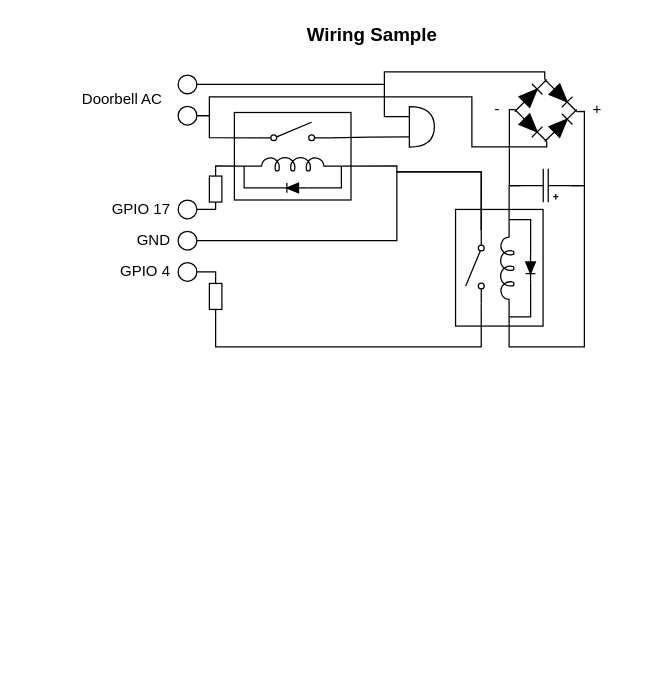
Earlier version of the draw.io diagram docs/wiring.drawio (silviokennecke/homebridge-gpio-doorbell). Source tidied: cells renumbered, new cells numbered last; positions are measured from the earlier drawing's top-left corner, leaving out a move shared by most shapes. Both pictures are drawn from the tidied source at 125%, with x=0, y=0 at pixel (71, 21).
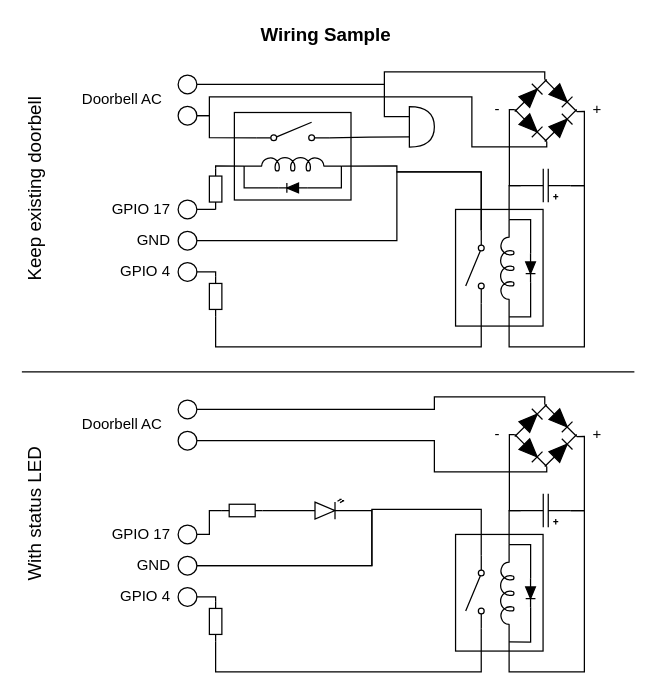
After the change.

Commit message (it also covers changes not shown here):
update sample wiring

Change to the diagram source:
```diff
@@
     <mxCell id="51" value="Wiring Sample" style="text;html=1;align=center;verticalAlign=middle;strokeColor=none;fillColor=none;fontSize=15;fontStyle=1;" parent="1" vertex="1">
-      <mxGeometry x="180" width="120" height="20" as="geometry" />
+      <mxGeometry x="142.5" width="120" height="20" as="geometry" />
     </mxCell>
+    <mxCell id="52" value="Keep existing doorbell" style="text;html=1;align=center;verticalAlign=middle;strokeColor=none;fillColor=none;fontSize=15;fontStyle=0;rotation=270;" parent="1" vertex="1">
+      <mxGeometry x="-110" y="124.2" width="160" height="20" as="geometry" />
+    </mxCell>
+    <mxCell id="53" style="verticalLabelPosition=bottom;shadow=0;dashed=0;align=center;html=1;verticalAlign=top;strokeWidth=1;shape=ellipse;perimeter=ellipsePerimeter;" parent="1" vertex="1">
+      <mxGeometry x="85" y="302.5" width="15" height="15" as="geometry" />
+    </mxCell>
+    <mxCell id="54" style="verticalLabelPosition=bottom;shadow=0;dashed=0;align=center;html=1;verticalAlign=top;strokeWidth=1;shape=ellipse;perimeter=ellipsePerimeter;" parent="1" vertex="1">
+      <mxGeometry x="85" y="327.5" width="15" height="15" as="geometry" />
+    </mxCell>
+    <mxCell id="55" value="Doorbell AC" style="text;html=1;align=center;verticalAlign=middle;strokeColor=none;fillColor=none;" parent="1" vertex="1">
+      <mxGeometry y="312" width="80" height="20" as="geometry" />
+    </mxCell>
+    <mxCell id="56" style="verticalLabelPosition=bottom;shadow=0;dashed=0;align=center;html=1;verticalAlign=top;strokeWidth=1;shape=ellipse;perimeter=ellipsePerimeter;" parent="1" vertex="1">
+      <mxGeometry x="85" y="402.5" width="15" height="15" as="geometry" />
+    </mxCell>
+    <mxCell id="57" style="verticalLabelPosition=bottom;shadow=0;dashed=0;align=center;html=1;verticalAlign=top;strokeWidth=1;shape=ellipse;perimeter=ellipsePerimeter;" parent="1" vertex="1">
+      <mxGeometry x="85" y="427.5" width="15" height="15" as="geometry" />
+    </mxCell>
+    <mxCell id="58" value="GPIO 17" style="text;html=1;align=right;verticalAlign=middle;strokeColor=none;fillColor=none;" parent="1" vertex="1">
+      <mxGeometry x="20" y="400" width="60" height="20" as="geometry" />
+    </mxCell>
+    <mxCell id="59" value="GND" style="text;html=1;align=right;verticalAlign=middle;strokeColor=none;fillColor=none;" parent="1" vertex="1">
+      <mxGeometry x="40" y="425" width="40" height="20" as="geometry" />
+    </mxCell>
+    <mxCell id="60" style="verticalLabelPosition=bottom;shadow=0;dashed=0;align=center;html=1;verticalAlign=top;strokeWidth=1;shape=ellipse;perimeter=ellipsePerimeter;" parent="1" vertex="1">
+      <mxGeometry x="85" y="452.5" width="15" height="15" as="geometry" />
+    </mxCell>
+    <mxCell id="61" value="GPIO 4" style="text;html=1;align=right;verticalAlign=middle;strokeColor=none;fillColor=none;" parent="1" vertex="1">
+      <mxGeometry x="20" y="450" width="60" height="20" as="geometry" />
+    </mxCell>
+    <mxCell id="62" style="group;rotation=0;" parent="1" vertex="1">
+      <mxGeometry x="350" y="301.9" width="58.3" height="58.3" as="geometry" />
+    </mxCell>
+    <mxCell id="63" style="fillColor=strokeColor;verticalLabelPosition=bottom;shadow=0;dashed=0;align=center;html=1;verticalAlign=top;shape=mxgraph.electrical.diodes.diode;flipH=1;rotation=-225;" parent="62" vertex="1">
+      <mxGeometry x="23" y="35" width="36.2" height="12.1" as="geometry" />
+    </mxCell>
+    <mxCell id="64" style="fillColor=strokeColor;verticalLabelPosition=bottom;shadow=0;dashed=0;align=center;html=1;verticalAlign=top;shape=mxgraph.electrical.diodes.diode;flipH=1;rotation=-225;" parent="62" vertex="1">
+      <mxGeometry x="-1" y="11" width="36.2" height="12.1" as="geometry" />
+    </mxCell>
+    <mxCell id="65" style="fillColor=strokeColor;verticalLabelPosition=bottom;shadow=0;dashed=0;align=center;html=1;verticalAlign=top;shape=mxgraph.electrical.diodes.diode;flipH=1;rotation=-135;" parent="62" vertex="1">
+      <mxGeometry x="23" y="11" width="36.2" height="12.1" as="geometry" />
+    </mxCell>
+    <mxCell id="66" style="fillColor=strokeColor;verticalLabelPosition=bottom;shadow=0;dashed=0;align=center;html=1;verticalAlign=top;shape=mxgraph.electrical.diodes.diode;flipH=1;rotation=-135;" parent="62" vertex="1">
+      <mxGeometry x="-1" y="35" width="36.2" height="12.1" as="geometry" />
+    </mxCell>
+    <mxCell id="67" style="edgeStyle=orthogonalEdgeStyle;rounded=0;jettySize=auto;html=1;exitX=1;exitY=0.5;exitDx=0;exitDy=0;exitPerimeter=0;entryX=1;entryY=0.645;entryDx=0;entryDy=0;entryPerimeter=0;endArrow=none;endFill=0;" parent="1" edge="1" source="69" target="72">
+      <mxGeometry relative="1" as="geometry">
+        <Array as="points">
+          <mxPoint x="350" y="391" />
+        </Array>
+      </mxGeometry>
+    </mxCell>
+    <mxCell id="68" style="edgeStyle=orthogonalEdgeStyle;rounded=0;jettySize=auto;html=1;exitX=0;exitY=0.5;exitDx=0;exitDy=0;exitPerimeter=0;entryX=1;entryY=0.5;entryDx=0;entryDy=0;entryPerimeter=0;endArrow=none;endFill=0;" parent="1" edge="1" source="69" target="65">
+      <mxGeometry relative="1" as="geometry">
+        <Array as="points">
+          <mxPoint x="410" y="391" />
+          <mxPoint x="410" y="332" />
+        </Array>
+      </mxGeometry>
+    </mxCell>
+    <mxCell id="69" style="verticalLabelPosition=bottom;shadow=0;dashed=0;align=center;html=1;verticalAlign=top;shape=mxgraph.electrical.capacitors.capacitor_5;fillColor=none;rotation=-180;" parent="1" vertex="1">
+      <mxGeometry x="359.1" y="377.5" width="40" height="26.8" as="geometry" />
+    </mxCell>
+    <mxCell id="70" style="group;" parent="1" vertex="1">
+      <mxGeometry x="307" y="410" width="70" height="93.3" as="geometry" />
+    </mxCell>
+    <mxCell id="71" style="rounded=0;whiteSpace=wrap;html=1;align=right;fillColor=none;rotation=-90;" parent="70" vertex="1">
+      <mxGeometry x="-11.7" y="11.7" width="93.3" height="70" as="geometry" />
+    </mxCell>
+    <mxCell id="72" style="verticalLabelPosition=bottom;shadow=0;dashed=0;align=center;html=1;verticalAlign=top;shape=mxgraph.electrical.inductors.inductor_5;rotation=-90;" parent="70" vertex="1">
+      <mxGeometry x="2.3" y="41.7" width="77.8" height="10.9" as="geometry" />
+    </mxCell>
+    <mxCell id="73" style="verticalLabelPosition=bottom;shadow=0;dashed=0;align=center;html=1;verticalAlign=top;shape=mxgraph.electrical.electro-mechanical.simple_switch;rotation=-270;flipH=0;flipV=1;" parent="70" vertex="1">
+      <mxGeometry x="-13.7" y="38.7" width="58.3" height="14.8" as="geometry" />
+    </mxCell>
+    <mxCell id="74" style="edgeStyle=orthogonalEdgeStyle;rounded=0;jettySize=auto;html=1;exitX=1;exitY=0.5;exitDx=0;exitDy=0;exitPerimeter=0;entryX=1;entryY=0.645;entryDx=0;entryDy=0;entryPerimeter=0;endArrow=none;endFill=0;" parent="70" edge="1" target="72">
+      <mxGeometry as="geometry">
+        <mxPoint x="60" y="35" as="sourcePoint" />
+        <Array as="points">
+          <mxPoint x="60.3" y="8.7" />
+        </Array>
+      </mxGeometry>
+    </mxCell>
+    <mxCell id="75" style="edgeStyle=orthogonalEdgeStyle;rounded=0;jettySize=auto;html=1;exitX=0;exitY=0.645;exitDx=0;exitDy=0;exitPerimeter=0;entryX=0;entryY=0.5;entryDx=0;entryDy=0;entryPerimeter=0;endArrow=none;endFill=0;" parent="70" edge="1" source="72">
+      <mxGeometry as="geometry">
+        <mxPoint x="60" y="58.3" as="targetPoint" />
+      </mxGeometry>
+    </mxCell>
+    <mxCell id="76" style="fillColor=strokeColor;verticalLabelPosition=bottom;shadow=0;dashed=0;align=center;html=1;verticalAlign=top;shape=mxgraph.electrical.diodes.diode;flipH=1;rotation=-90;" parent="70" vertex="1">
+      <mxGeometry x="48.3" y="42.8" width="23.3" height="7.8" as="geometry" />
+    </mxCell>
+    <mxCell id="77" style="edgeStyle=orthogonalEdgeStyle;rounded=0;jettySize=auto;html=1;exitX=0;exitY=0.645;exitDx=0;exitDy=0;exitPerimeter=0;endArrow=none;endFill=0;entryX=0;entryY=0.5;entryDx=0;entryDy=0;entryPerimeter=0;" parent="1" edge="1" source="72" target="69">
+      <mxGeometry relative="1" as="geometry">
+        <Array as="points">
+          <mxPoint x="350" y="520" />
+          <mxPoint x="410" y="520" />
+          <mxPoint x="410" y="391" />
+        </Array>
+      </mxGeometry>
+    </mxCell>
+    <mxCell id="78" style="edgeStyle=orthogonalEdgeStyle;rounded=0;jettySize=auto;html=1;exitX=0;exitY=0.5;exitDx=0;exitDy=0;exitPerimeter=0;entryX=1;entryY=0.5;entryDx=0;entryDy=0;entryPerimeter=0;endArrow=none;endFill=0;" parent="1" edge="1" source="66" target="69">
+      <mxGeometry relative="1" as="geometry">
+        <Array as="points">
+          <mxPoint x="350" y="330" />
+          <mxPoint x="350" y="391" />
+        </Array>
+      </mxGeometry>
+    </mxCell>
+    <mxCell id="79" value="+" style="text;html=1;align=center;verticalAlign=middle;strokeColor=none;fillColor=none;" parent="1" vertex="1">
+      <mxGeometry x="410" y="320" width="20" height="20" as="geometry" />
+    </mxCell>
+    <mxCell id="80" value="-" style="text;html=1;align=center;verticalAlign=middle;strokeColor=none;fillColor=none;" parent="1" vertex="1">
+      <mxGeometry x="330" y="320" width="20" height="20" as="geometry" />
+    </mxCell>
+    <mxCell id="81" style="edgeStyle=orthogonalEdgeStyle;rounded=0;jettySize=auto;html=1;exitX=0;exitY=0.5;exitDx=0;exitDy=0;exitPerimeter=0;entryX=1;entryY=0.5;entryDx=0;entryDy=0;endArrow=none;endFill=0;" parent="1" edge="1" source="65" target="53">
+      <mxGeometry relative="1" as="geometry">
+        <Array as="points">
+          <mxPoint x="378" y="300" />
+          <mxPoint x="290" y="300" />
+          <mxPoint x="290" y="310" />
+        </Array>
+      </mxGeometry>
+    </mxCell>
+    <mxCell id="82" style="edgeStyle=orthogonalEdgeStyle;rounded=0;jettySize=auto;html=1;exitX=1;exitY=0.5;exitDx=0;exitDy=0;exitPerimeter=0;entryX=1;entryY=0.5;entryDx=0;entryDy=0;endArrow=none;endFill=0;" parent="1" edge="1" source="84" target="56">
+      <mxGeometry relative="1" as="geometry">
+        <Array as="points">
+          <mxPoint x="110" y="391" />
+          <mxPoint x="110" y="410" />
+        </Array>
+      </mxGeometry>
+    </mxCell>
+    <mxCell id="83" style="edgeStyle=orthogonalEdgeStyle;rounded=0;jettySize=auto;html=1;exitX=0;exitY=0.5;exitDx=0;exitDy=0;exitPerimeter=0;entryX=0;entryY=0.57;entryDx=0;entryDy=0;entryPerimeter=0;endArrow=none;endFill=0;" parent="1" edge="1" source="84" target="92">
+      <mxGeometry relative="1" as="geometry" />
+    </mxCell>
+    <mxCell id="84" style="verticalLabelPosition=bottom;shadow=0;dashed=0;align=center;html=1;verticalAlign=top;shape=mxgraph.electrical.resistors.resistor_1;direction=west;" parent="1" vertex="1">
+      <mxGeometry x="120" y="385.9" width="32.5" height="10" as="geometry" />
+    </mxCell>
+    <mxCell id="85" style="edgeStyle=orthogonalEdgeStyle;rounded=0;jettySize=auto;html=1;exitX=0;exitY=0.5;exitDx=0;exitDy=0;exitPerimeter=0;entryX=1;entryY=0.5;entryDx=0;entryDy=0;endArrow=none;endFill=0;" parent="1" edge="1" source="87" target="60">
+      <mxGeometry relative="1" as="geometry">
+        <Array as="points">
+          <mxPoint x="115" y="460" />
+        </Array>
+      </mxGeometry>
+    </mxCell>
+    <mxCell id="86" style="edgeStyle=orthogonalEdgeStyle;rounded=0;jettySize=auto;html=1;exitX=1;exitY=0.5;exitDx=0;exitDy=0;exitPerimeter=0;entryX=1;entryY=0.84;entryDx=0;entryDy=0;entryPerimeter=0;endArrow=none;endFill=0;" parent="1" edge="1" source="87" target="73">
+      <mxGeometry relative="1" as="geometry">
+        <Array as="points">
+          <mxPoint x="115" y="520" />
+          <mxPoint x="328" y="520" />
+        </Array>
+      </mxGeometry>
+    </mxCell>
+    <mxCell id="87" style="verticalLabelPosition=bottom;shadow=0;dashed=0;align=center;html=1;verticalAlign=top;shape=mxgraph.electrical.resistors.resistor_1;direction=south;" parent="1" vertex="1">
+      <mxGeometry x="110" y="463.4" width="10" height="32.5" as="geometry" />
+    </mxCell>
+    <mxCell id="88" style="edgeStyle=orthogonalEdgeStyle;rounded=0;jettySize=auto;html=1;exitX=0;exitY=0.84;exitDx=0;exitDy=0;exitPerimeter=0;endArrow=none;endFill=0;entryX=1;entryY=0.5;entryDx=0;entryDy=0;" parent="1" edge="1" source="73" target="57">
+      <mxGeometry relative="1" as="geometry">
+        <Array as="points">
+          <mxPoint x="328" y="390" />
+          <mxPoint x="240" y="390" />
+          <mxPoint x="240" y="435" />
+        </Array>
+      </mxGeometry>
+    </mxCell>
+    <mxCell id="89" style="edgeStyle=orthogonalEdgeStyle;rounded=0;jettySize=auto;html=1;exitX=1;exitY=0.5;exitDx=0;exitDy=0;exitPerimeter=0;entryX=1;entryY=0.5;entryDx=0;entryDy=0;endArrow=none;endFill=0;" parent="1" edge="1" source="66" target="54">
+      <mxGeometry relative="1" as="geometry">
+        <Array as="points">
+          <mxPoint x="380" y="360" />
+          <mxPoint x="290" y="360" />
+          <mxPoint x="290" y="335" />
+        </Array>
+      </mxGeometry>
+    </mxCell>
+    <mxCell id="90" value="With status LED" style="text;html=1;align=center;verticalAlign=middle;strokeColor=none;fillColor=none;fontSize=15;fontStyle=0;rotation=270;" parent="1" vertex="1">
+      <mxGeometry x="-90" y="384.2" width="120" height="20" as="geometry" />
+    </mxCell>
+    <mxCell id="91" style="edgeStyle=orthogonalEdgeStyle;rounded=0;jettySize=auto;html=1;exitX=1;exitY=0.57;exitDx=0;exitDy=0;exitPerimeter=0;entryX=1;entryY=0.5;entryDx=0;entryDy=0;endArrow=none;endFill=0;" parent="1" edge="1" source="92" target="57">
+      <mxGeometry relative="1" as="geometry">
+        <Array as="points">
+          <mxPoint x="240" y="391" />
+          <mxPoint x="240" y="435" />
+        </Array>
+      </mxGeometry>
+    </mxCell>
+    <mxCell id="92" style="verticalLabelPosition=bottom;shadow=0;dashed=0;align=center;html=1;verticalAlign=top;shape=mxgraph.electrical.opto_electronics.led_2;" parent="1" vertex="1">
+      <mxGeometry x="182.5" y="381.9" width="40" height="15.9" as="geometry" />
+    </mxCell>
+    <mxCell id="93" style="endArrow=none;html=1;rounded=0;" parent="1" edge="1">
+      <mxGeometry relative="1" as="geometry">
+        <mxPoint x="-40" y="280" as="sourcePoint" />
+        <mxPoint x="450" y="280" as="targetPoint" />
+      </mxGeometry>
+    </mxCell>
```
